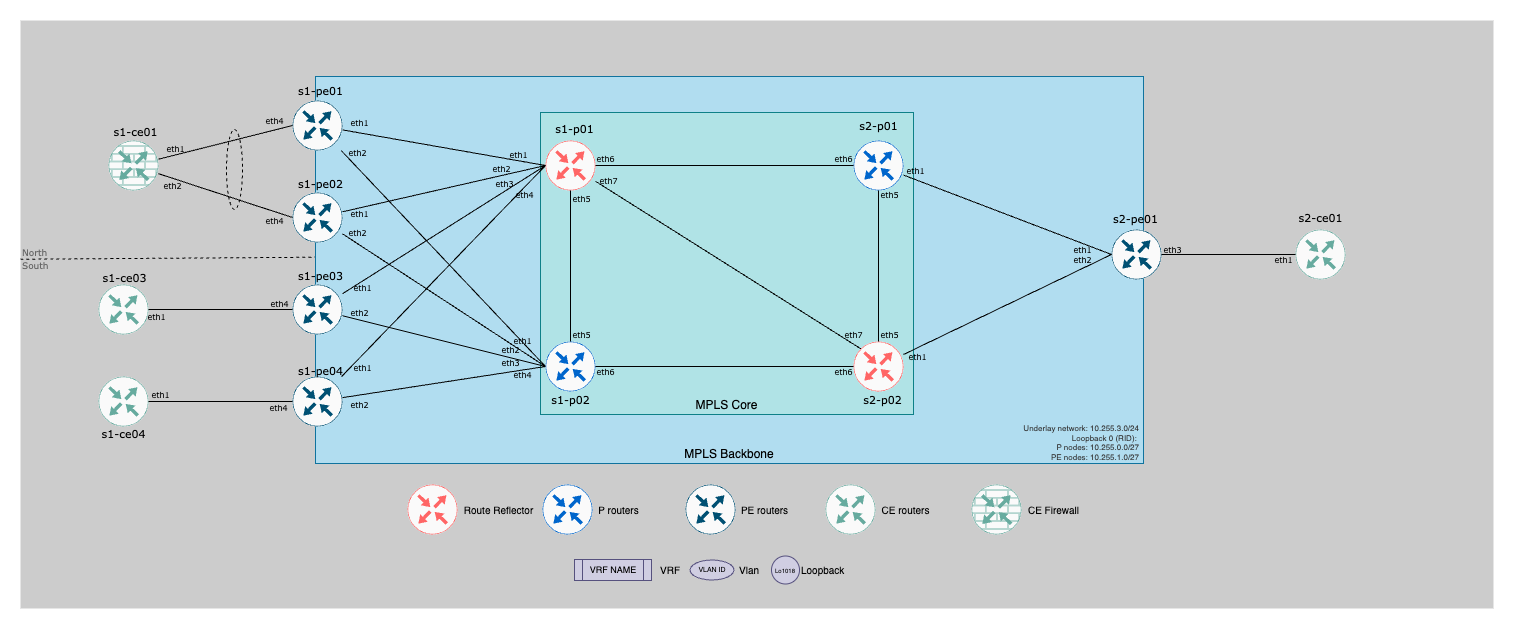
Above: lab-topology.drawio.png in titom73/arista-eos-mpls-sr-evpn (draw.io), before the change. Source tidied: cells renumbered, new cells last; positions are measured from the earlier drawing's top-left corner, leaving out a move shared by most shapes.
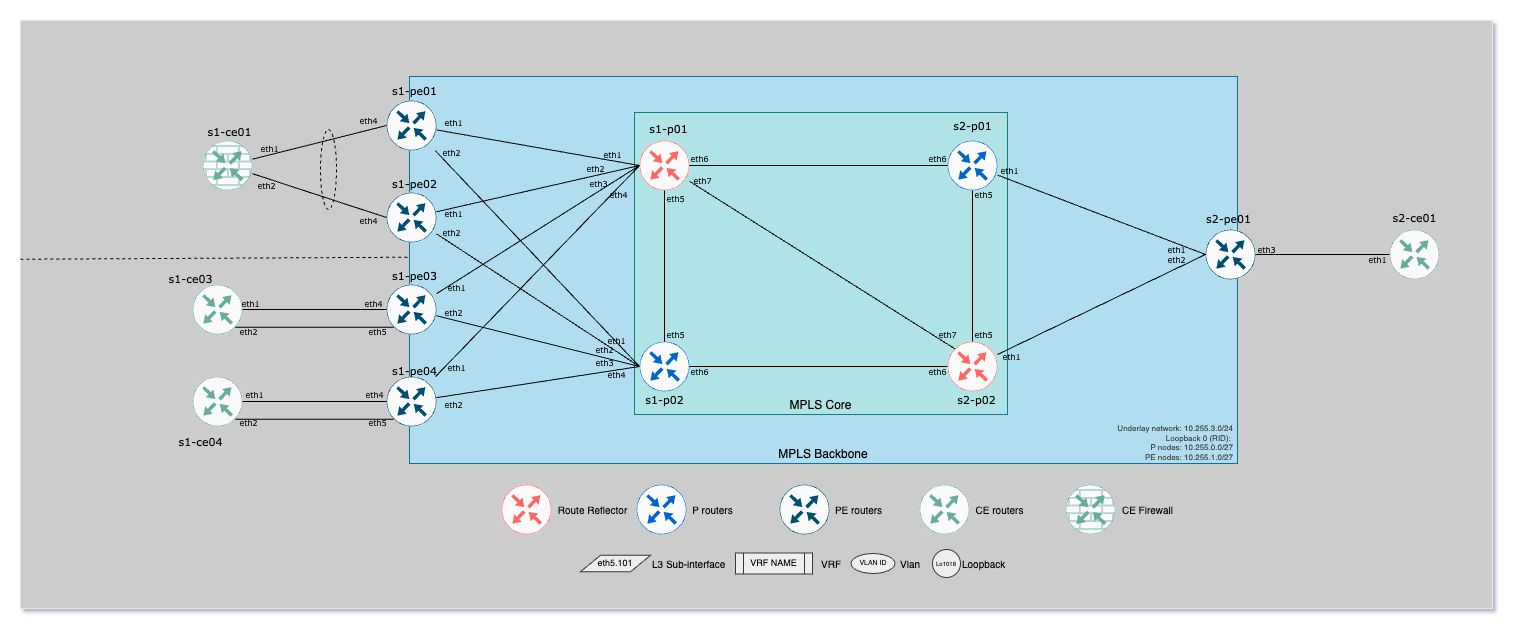
After the change.

What changed in the source:
```diff
@@ -3,17 +3,11 @@
     <mxCell id="0" />
     <mxCell id="1" value="Background Image" parent="0" />
     <mxCell id="2" style="rounded=0;whiteSpace=wrap;html=1;fillColor=#CCCCCC;fontColor=#333333;strokeColor=#E6E6E6;" parent="1" vertex="1">
-      <mxGeometry width="1473" height="588" as="geometry" />
+      <mxGeometry x="-94" width="1472" height="588" as="geometry" />
     </mxCell>
     <mxCell id="3" style="endArrow=none;dashed=1;html=1;rounded=0;fontSize=12;startSize=8;endSize=8;curved=1;entryX=0;entryY=0.467;entryDx=0;entryDy=0;entryPerimeter=0;exitX=0;exitY=0.406;exitDx=0;exitDy=0;exitPerimeter=0;" parent="1" edge="1" source="2" target="7">
       <mxGeometry relative="1" as="geometry" />
     </mxCell>
-    <mxCell id="4" value="s1-ce03" style="text;html=1;align=center;verticalAlign=middle;strokeColor=none;fillColor=none;fontSize=11;fontFamily=Verdana;" parent="1" vertex="1">
-      <mxGeometry x="73" y="244" width="62" height="25" as="geometry" />
-    </mxCell>
-    <mxCell id="5" value="South" style="text;html=1;align=left;verticalAlign=middle;strokeColor=none;fillColor=none;fontSize=9;fontFamily=Verdana;fontColor=#666666;" parent="1" vertex="1">
-      <mxGeometry y="234" width="45" height="23" as="geometry" />
-    </mxCell>
     <mxCell id="6" parent="0" />
     <mxCell id="7" value="MPLS Backbone" style="rounded=0;whiteSpace=wrap;html=1;fillColor=#b1ddf0;strokeColor=#10739e;verticalAlign=bottom;" parent="6" vertex="1">
       <mxGeometry x="295" y="56" width="828" height="387" as="geometry" />
@@ -45,24 +39,33 @@
     <mxCell id="16" value="CE Firewall" style="text;html=1;align=center;verticalAlign=middle;strokeColor=none;fillColor=none;fontSize=10;" parent="6" vertex="1">
       <mxGeometry x="998" y="477" width="69" height="24" as="geometry" />
     </mxCell>
-    <mxCell id="17" value="VRF NAME" style="shape=process;whiteSpace=wrap;html=1;backgroundOutline=1;fillColor=#d0cee2;strokeColor=#56517e;fontSize=9;" parent="6" vertex="1">
-      <mxGeometry x="554" y="539" width="77" height="21" as="geometry" />
+    <mxCell id="17" value="VRF NAME" style="shape=process;whiteSpace=wrap;html=1;backgroundOutline=1;fillColor=#eeeeee;strokeColor=#36393d;fontSize=9;" parent="6" vertex="1">
+      <mxGeometry x="621" y="532.5" width="77" height="21" as="geometry" />
     </mxCell>
     <mxCell id="18" value="VRF" style="text;html=1;align=left;verticalAlign=middle;strokeColor=none;fillColor=none;fontSize=10;" parent="6" vertex="1">
-      <mxGeometry x="638" y="537.5" width="38" height="24" as="geometry" />
+      <mxGeometry x="705" y="531" width="38" height="24" as="geometry" />
     </mxCell>
-    <mxCell id="19" value="VLAN ID" style="ellipse;whiteSpace=wrap;html=1;fontSize=7;fillColor=#d0cee2;strokeColor=#56517e;" parent="6" vertex="1">
-      <mxGeometry x="669.5" y="539.5" width="44" height="20" as="geometry" />
+    <mxCell id="19" value="VLAN ID" style="ellipse;whiteSpace=wrap;html=1;fontSize=7;fillColor=#eeeeee;strokeColor=#36393d;" parent="6" vertex="1">
+      <mxGeometry x="736.5" y="533" width="44" height="20" as="geometry" />
     </mxCell>
     <mxCell id="20" value="Vlan" style="text;html=1;align=left;verticalAlign=middle;strokeColor=none;fillColor=none;fontSize=10;" parent="6" vertex="1">
-      <mxGeometry x="717" y="537.5" width="38" height="24" as="geometry" />
+      <mxGeometry x="784" y="531" width="38" height="24" as="geometry" />
     </mxCell>
-    <mxCell id="21" value="Lo1018" style="ellipse;whiteSpace=wrap;html=1;fillColor=#d0cee2;strokeColor=#56517e;fontSize=6;" parent="6" vertex="1">
-      <mxGeometry x="751" y="535.5" width="28" height="28" as="geometry" />
+    <mxCell id="21" value="Lo1018" style="ellipse;whiteSpace=wrap;html=1;fillColor=#eeeeee;strokeColor=#36393d;fontSize=6;" parent="6" vertex="1">
+      <mxGeometry x="818" y="529" width="28" height="28" as="geometry" />
     </mxCell>
     <mxCell id="22" value="Loopback" style="text;html=1;align=left;verticalAlign=middle;strokeColor=none;fillColor=none;fontSize=10;" parent="6" vertex="1">
-      <mxGeometry x="779" y="537.5" width="61" height="24" as="geometry" />
+      <mxGeometry x="846" y="531" width="61" height="24" as="geometry" />
     </mxCell>
+    <mxCell id="116" value="eth5.101" style="shape=parallelogram;perimeter=parallelogramPerimeter;whiteSpace=wrap;html=1;fixedSize=1;fontSize=9;fillColor=#eeeeee;strokeColor=#36393d;" parent="6" vertex="1">
+      <mxGeometry x="466" y="534.8" width="70" height="16.5" as="geometry" />
+    </mxCell>
+    <mxCell id="117" value="L3 Sub-interface" style="text;html=1;align=left;verticalAlign=middle;strokeColor=none;fillColor=none;fontSize=10;" parent="6" vertex="1">
+      <mxGeometry x="536" y="531" width="91" height="24" as="geometry" />
+    </mxCell>
+    <mxCell id="118" value="s1-ce04" style="text;html=1;align=center;verticalAlign=middle;strokeColor=none;fillColor=none;fontSize=11;fontFamily=Verdana;" parent="6" vertex="1">
+      <mxGeometry x="55" y="408" width="62" height="25" as="geometry" />
+    </mxCell>
     <mxCell id="23" value="Topology" parent="0" />
     <mxCell id="24" style="sketch=0;points=[[0.5,0,0],[1,0.5,0],[0.5,1,0],[0,0.5,0],[0.145,0.145,0],[0.8555,0.145,0],[0.855,0.8555,0],[0.145,0.855,0]];verticalLabelPosition=bottom;html=1;verticalAlign=top;align=center;shape=mxgraph.cisco19.rect;prIcon=router;fillColor=#FAFAFA;strokeColor=#005073;" parent="23" vertex="1">
       <mxGeometry x="272" y="80" width="50" height="50" as="geometry" />
@@ -175,6 +178,12 @@
     <mxCell id="60" value="Route Reflector" style="text;html=1;align=center;verticalAlign=middle;strokeColor=none;fillColor=none;fontSize=10;" parent="23" vertex="1">
       <mxGeometry x="434" y="477" width="87" height="24" as="geometry" />
     </mxCell>
+    <mxCell id="119" style="edgeStyle=none;curved=1;rounded=0;jettySize=auto;html=1;entryX=0.145;entryY=0.855;entryDx=0;entryDy=0;entryPerimeter=0;fontSize=12;startSize=8;endSize=8;endArrow=none;endFill=0;exitX=0.855;exitY=0.8555;exitDx=0;exitDy=0;exitPerimeter=0;" parent="23" edge="1" source="56" target="27">
+      <mxGeometry relative="1" as="geometry" />
+    </mxCell>
+    <mxCell id="120" style="edgeStyle=none;curved=1;rounded=0;jettySize=auto;html=1;entryX=0.145;entryY=0.855;entryDx=0;entryDy=0;entryPerimeter=0;fontSize=12;startSize=8;endSize=8;endArrow=none;endFill=0;exitX=0.855;exitY=0.8555;exitDx=0;exitDy=0;exitPerimeter=0;" parent="23" edge="1" source="55" target="26">
+      <mxGeometry relative="1" as="geometry" />
+    </mxCell>
     <mxCell id="61" value="Hostnames" parent="0" />
     <mxCell id="62" value="s1-p01" style="text;html=1;align=center;verticalAlign=middle;strokeColor=none;fillColor=none;fontSize=11;fontFamily=Verdana;" parent="61" vertex="1">
       <mxGeometry x="525" y="95" width="57" height="25" as="geometry" />
@@ -209,11 +218,8 @@
     <mxCell id="72" value="s1-pe01" style="text;html=1;align=center;verticalAlign=middle;strokeColor=none;fillColor=none;fontSize=11;fontFamily=Verdana;" parent="61" vertex="1">
       <mxGeometry x="268" y="57" width="63" height="25" as="geometry" />
     </mxCell>
-    <mxCell id="73" value="North" style="text;html=1;align=left;verticalAlign=middle;strokeColor=none;fillColor=none;fontSize=9;fontFamily=Verdana;fontColor=#666666;" parent="61" vertex="1">
-      <mxGeometry y="221" width="43" height="23" as="geometry" />
-    </mxCell>
-    <mxCell id="74" value="s1-ce04" style="text;html=1;align=center;verticalAlign=middle;strokeColor=none;fillColor=none;fontSize=11;fontFamily=Verdana;" parent="61" vertex="1">
-      <mxGeometry x="72" y="400" width="62" height="25" as="geometry" />
+    <mxCell id="74" value="s1-ce03" style="text;html=1;align=center;verticalAlign=middle;strokeColor=none;fillColor=none;fontSize=11;fontFamily=Verdana;" parent="61" vertex="1">
+      <mxGeometry x="45" y="245" width="62" height="25" as="geometry" />
     </mxCell>
     <mxCell id="75" value="Interfaces" parent="0" />
     <mxCell id="76" value="eth1" style="text;html=1;align=center;verticalAlign=middle;strokeColor=none;fillColor=none;fontSize=8;fontFamily=Verdana;" parent="75" vertex="1">
@@ -232,7 +238,7 @@
       <mxGeometry x="241" y="273" width="36" height="22" as="geometry" />
     </mxCell>
     <mxCell id="81" value="eth4" style="text;html=1;align=center;verticalAlign=middle;strokeColor=none;fillColor=none;fontSize=8;fontFamily=Verdana;" parent="75" vertex="1">
-      <mxGeometry x="240" y="377" width="36" height="22" as="geometry" />
+      <mxGeometry x="242" y="364" width="36" height="22" as="geometry" />
     </mxCell>
     <mxCell id="82" value="eth1" style="text;html=1;align=center;verticalAlign=middle;strokeColor=none;fillColor=none;fontSize=8;fontFamily=Verdana;" parent="75" vertex="1">
       <mxGeometry x="321" y="92" width="36" height="22" as="geometry" />
@@ -331,10 +337,22 @@
       <mxGeometry x="1245" y="229" width="36" height="22" as="geometry" />
     </mxCell>
     <mxCell id="114" value="eth1" style="text;html=1;align=center;verticalAlign=middle;strokeColor=none;fillColor=none;fontSize=8;fontFamily=Verdana;" parent="75" vertex="1">
-      <mxGeometry x="118" y="286" width="36" height="22" as="geometry" />
+      <mxGeometry x="118" y="273" width="36" height="22" as="geometry" />
     </mxCell>
     <mxCell id="115" value="eth1" style="text;html=1;align=center;verticalAlign=middle;strokeColor=none;fillColor=none;fontSize=8;fontFamily=Verdana;" parent="75" vertex="1">
       <mxGeometry x="122" y="364" width="36" height="22" as="geometry" />
     </mxCell>
+    <mxCell id="121" value="eth2" style="text;html=1;align=center;verticalAlign=middle;strokeColor=none;fillColor=none;fontSize=8;fontFamily=Verdana;" parent="75" vertex="1">
+      <mxGeometry x="116" y="392" width="36" height="22" as="geometry" />
+    </mxCell>
+    <mxCell id="122" value="eth5" style="text;html=1;align=center;verticalAlign=middle;strokeColor=none;fillColor=none;fontSize=8;fontFamily=Verdana;" parent="75" vertex="1">
+      <mxGeometry x="245" y="392" width="36" height="22" as="geometry" />
+    </mxCell>
+    <mxCell id="123" value="eth2" style="text;html=1;align=center;verticalAlign=middle;strokeColor=none;fillColor=none;fontSize=8;fontFamily=Verdana;" parent="75" vertex="1">
+      <mxGeometry x="116" y="301" width="36" height="22" as="geometry" />
+    </mxCell>
+    <mxCell id="124" value="eth5" style="text;html=1;align=center;verticalAlign=middle;strokeColor=none;fillColor=none;fontSize=8;fontFamily=Verdana;" parent="75" vertex="1">
+      <mxGeometry x="245" y="301" width="36" height="22" as="geometry" />
+    </mxCell>
   </root>
 </mxGraphModel>
```
